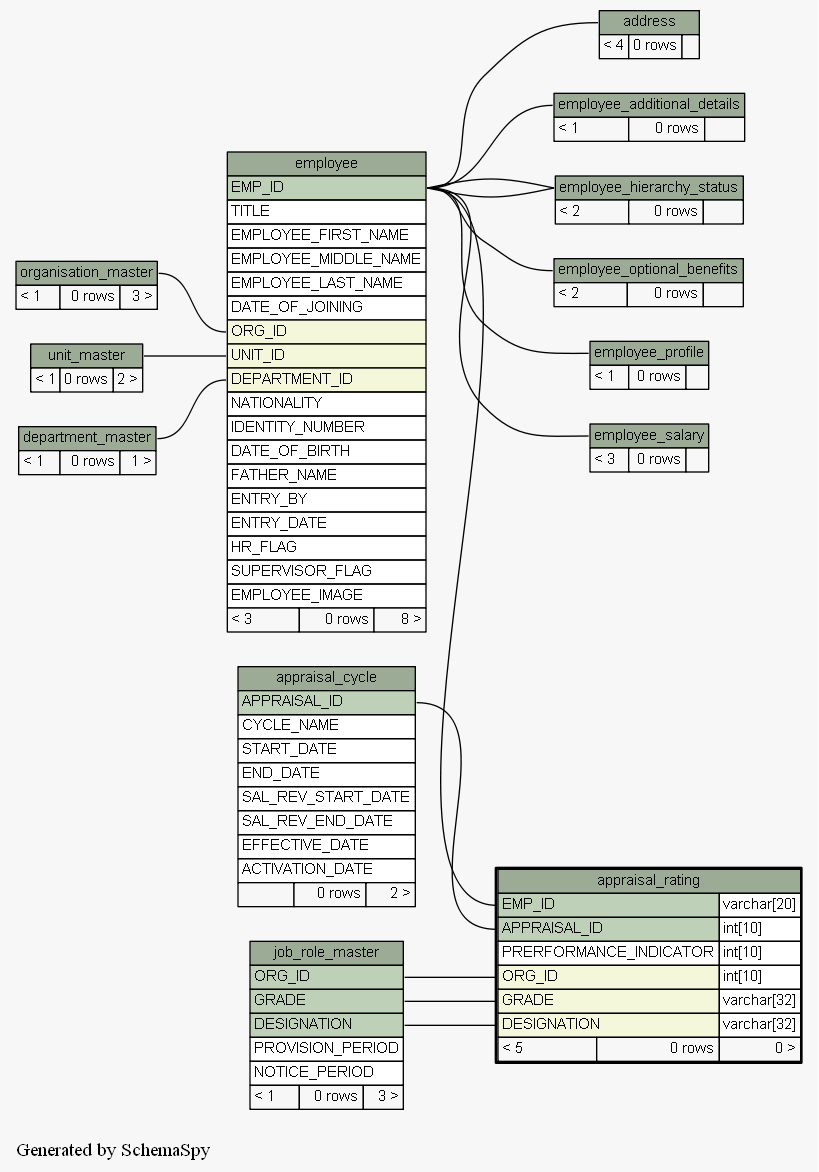
The Graphviz diagram docs/database/schemaspy/graphs/appraisal_rating.2degrees.png in engineerscraft/hrms, before a commit. Its source is kept beside it as docs/database/schemaspy/graphs/appraisal_rating.2degrees.dot.
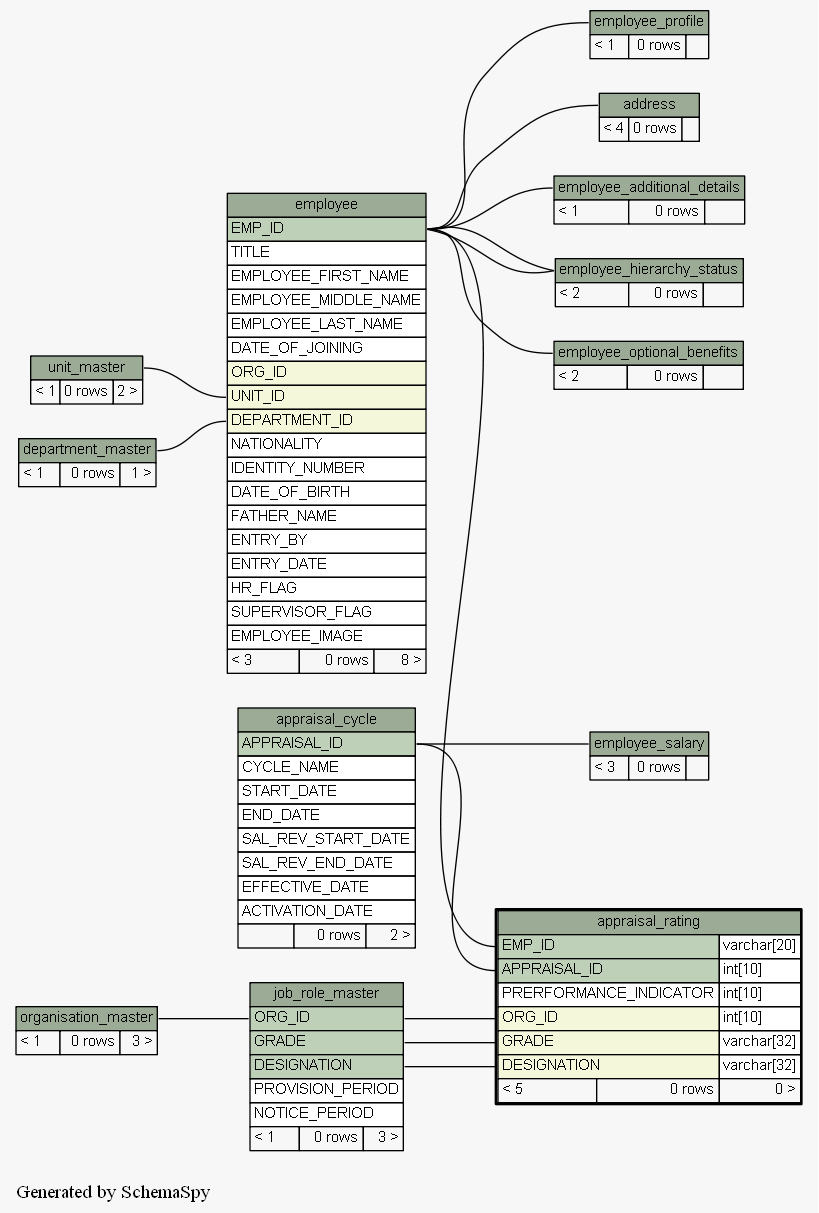
The same file after the commit.

Change to the diagram source:
```diff
@@ -20,14 +20,14 @@
   "appraisal_rating":"GRADE":w -> "job_role_master":"GRADE":e [arrowtail=crowodot arrowhead=none];
   "appraisal_rating":"ORG_ID":w -> "job_role_master":"ORG_ID":e [arrowtail=crowodot arrowhead=none];
   "employee":"DEPARTMENT_ID":w -> "department_master":"department_master.heading":e [arrowtail=crowodot arrowhead=none];
-  "employee":"ORG_ID":w -> "organisation_master":"organisation_master.heading":e [arrowtail=crowodot arrowhead=none];
   "employee":"UNIT_ID":w -> "unit_master":"unit_master.heading":e [arrowtail=crowodot arrowhead=none];
   "employee_additional_details":"employee_additional_details.heading":w -> "employee":"EMP_ID":e [arrowtail=tee arrowhead=none];
   "employee_hierarchy_status":"employee_hierarchy_status.heading":w -> "employee":"EMP_ID":e [arrowtail=tee arrowhead=none];
   "employee_hierarchy_status":"employee_hierarchy_status.heading":w -> "employee":"EMP_ID":e [arrowtail=crowodot arrowhead=none];
   "employee_optional_benefits":"employee_optional_benefits.heading":w -> "employee":"EMP_ID":e [arrowtail=crowodot arrowhead=none];
   "employee_profile":"employee_profile.heading":w -> "employee":"EMP_ID":e [arrowtail=tee arrowhead=none];
-  "employee_salary":"employee_salary.heading":w -> "employee":"EMP_ID":e [arrowtail=crowtee arrowhead=none];
+  "employee_salary":"employee_salary.heading":w -> "appraisal_cycle":"APPRAISAL_ID":e [arrowtail=crowtee arrowhead=none];
+  "job_role_master":"ORG_ID":w -> "organisation_master":"organisation_master.heading":e [arrowtail=crowtee arrowhead=none];
   "address" [
     label=<
     <TABLE BORDER="0" CELLBORDER="1" CELLSPACING="0" BGCOLOR="#ffffff">
```
